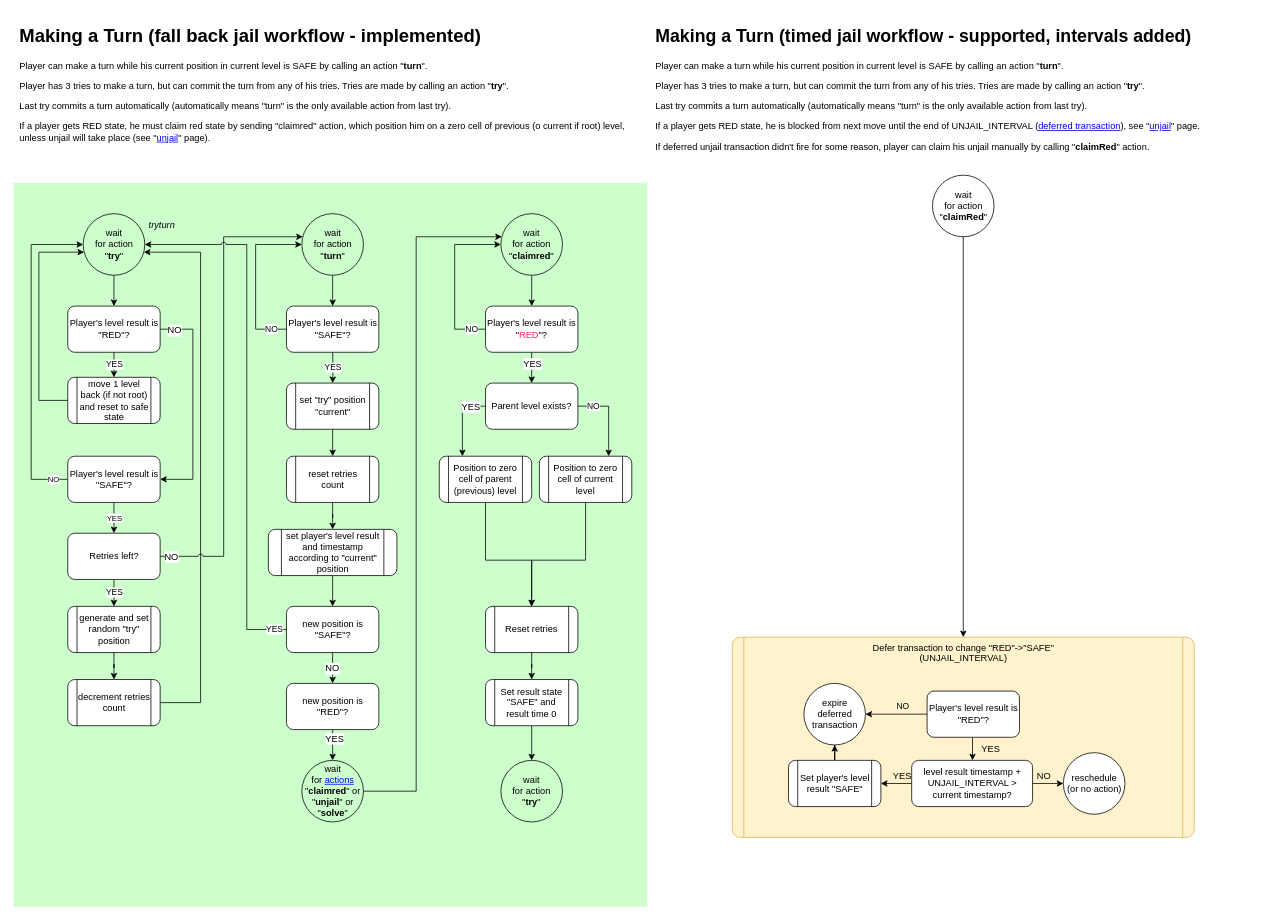
cptn-solo/woffler_contract keeps this draw.io diagram as page "turn" (5 of 14) of ia/WOFFLER IA.drawio. Above is the earlier version. Source tidied: cells renumbered, new cells numbered last; positions are measured from the earlier drawing's top-left corner, leaving out a move shared by most shapes. Both pictures are drawn from the tidied source at 77%, with x=0, y=0 at pixel (13, 21).
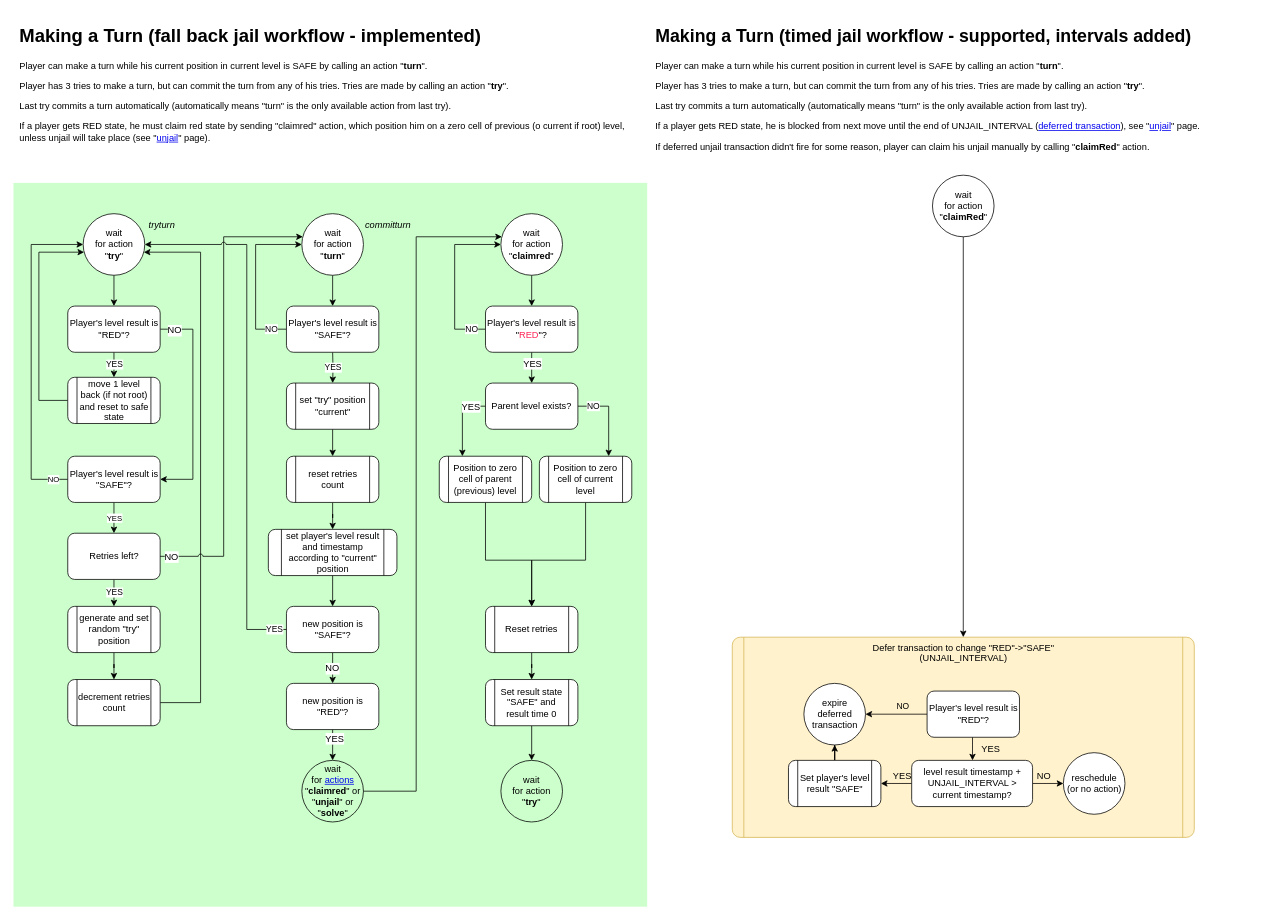
The same diagram, later.

Commit message (it also covers changes not shown here):
#36 `Claim take` action: added unTake action to IA to let the player return back to game if he deside not to wait, but want to split/extend the branch instead;

Diff of the diagram source:
```diff
@@
-    <mxCell id="26" value="wait &lt;br&gt;for action&lt;br&gt;&quot;&lt;b&gt;try&lt;/b&gt;&quot;" style="ellipse;whiteSpace=wrap;html=1;rounded=1;shadow=0;glass=0;strokeColor=#000000;fillColor=none;align=center;" parent="3" vertex="1">
+    <mxCell id="26" value="wait &lt;br&gt;for action&lt;br&gt;&quot;&lt;b&gt;try&lt;/b&gt;&quot;" style="ellipse;whiteSpace=wrap;html=1;rounded=1;shadow=0;glass=0;align=center;" parent="3" vertex="1">
       <mxGeometry x="90.5" y="250" width="80" height="80" as="geometry" />
     </mxCell>
@@
-    <mxCell id="28" value="wait &lt;br&gt;for action&lt;br&gt;&quot;&lt;b&gt;turn&lt;/b&gt;&quot;" style="ellipse;whiteSpace=wrap;html=1;rounded=1;shadow=0;glass=0;strokeColor=#000000;fillColor=none;align=center;" parent="3" vertex="1">
+    <mxCell id="28" value="wait &lt;br&gt;for action&lt;br&gt;&quot;&lt;b&gt;turn&lt;/b&gt;&quot;" style="ellipse;whiteSpace=wrap;html=1;rounded=1;shadow=0;glass=0;align=center;" parent="3" vertex="1">
       <mxGeometry x="374.5" y="250" width="80" height="80" as="geometry" />
     </mxCell>
@@
-    <mxCell id="71" value="wait &lt;br&gt;for action&lt;br&gt;&quot;&lt;b&gt;claimred&lt;/b&gt;&quot;" style="ellipse;whiteSpace=wrap;html=1;rounded=1;shadow=0;glass=0;strokeColor=#000000;fillColor=none;align=center;" parent="3" vertex="1">
+    <mxCell id="71" value="wait &lt;br&gt;for action&lt;br&gt;&quot;&lt;b&gt;claimred&lt;/b&gt;&quot;" style="ellipse;whiteSpace=wrap;html=1;rounded=1;shadow=0;glass=0;align=center;" parent="3" vertex="1">
       <mxGeometry x="633" y="250" width="80" height="80" as="geometry" />
     </mxCell>
@@
+    <mxCell id="81" value="&lt;div&gt;&lt;span&gt;&lt;i&gt;committurn&lt;/i&gt;&lt;/span&gt;&lt;/div&gt;" style="text;html=1;align=left;verticalAlign=top;spacingTop=-4;" parent="3" vertex="1">
+      <mxGeometry x="454.5" y="255" width="70" height="20" as="geometry" />
+    </mxCell>
```
